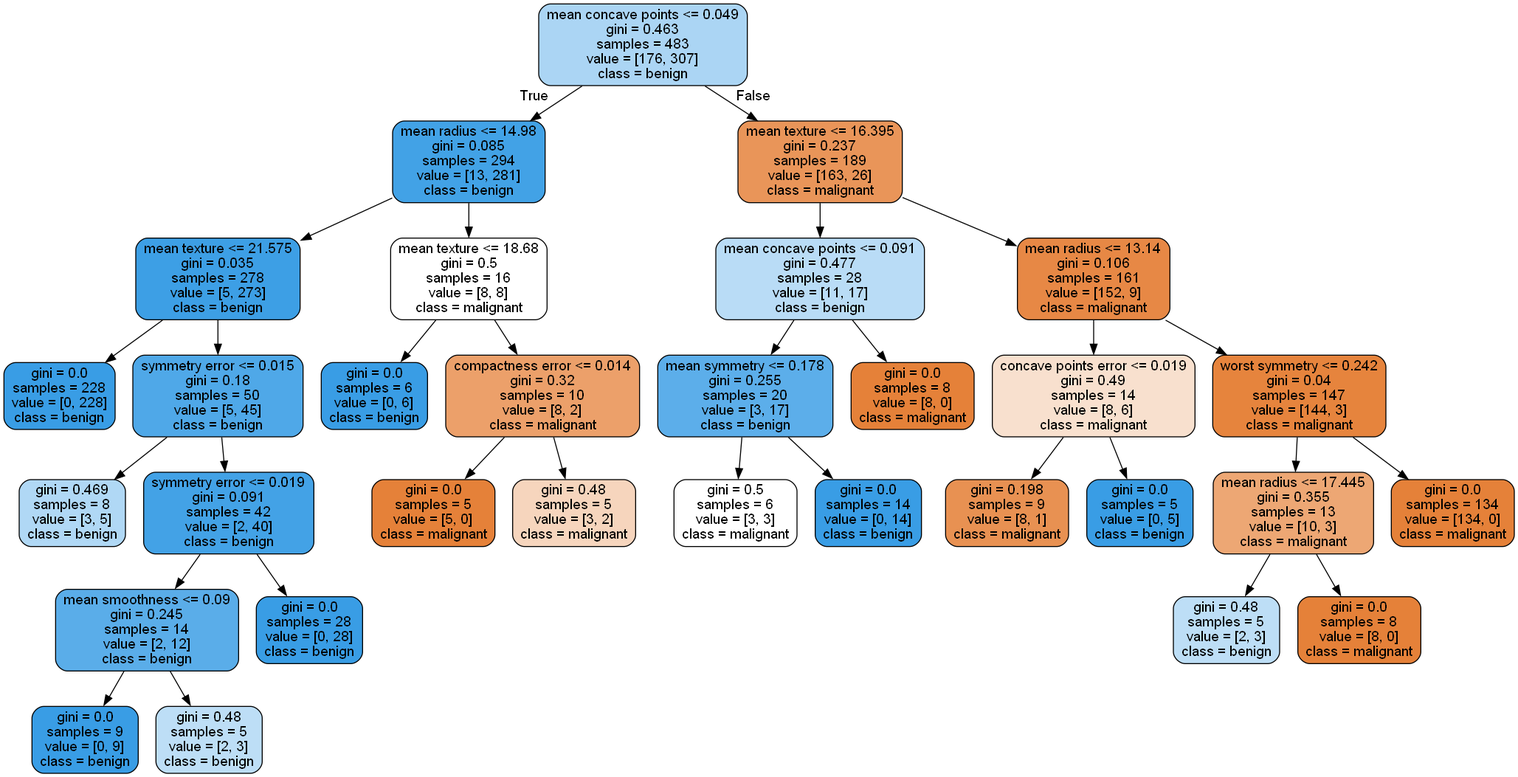
Before: tree_min_samples_leaf_5.png, a diagram exported from Graphviz (ellenxxxiao/images). Its source is kept beside it as tree_min_samples_leaf_5.dot.
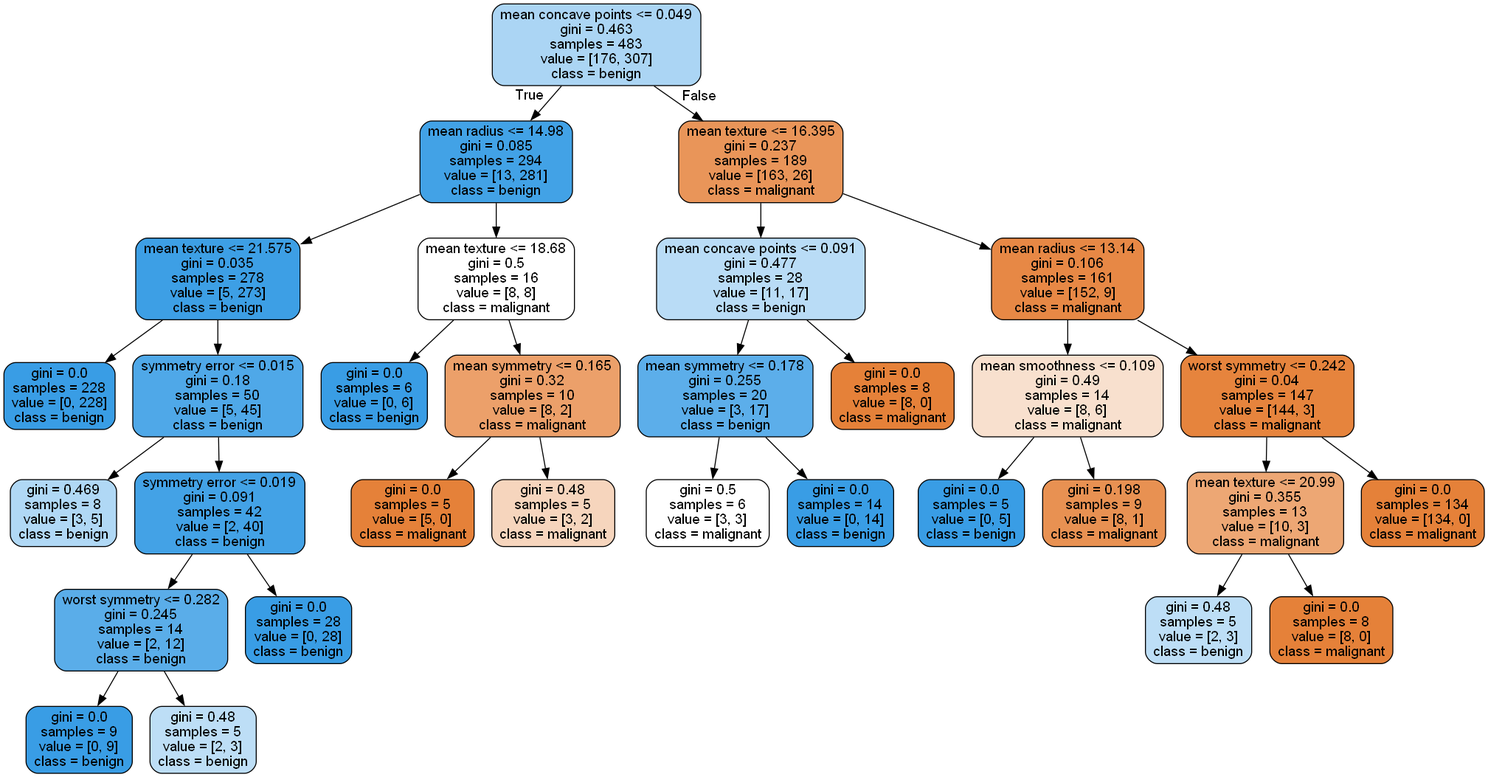
After the commit.

Diff of the diagram source:
```diff
@@ -14,7 +14,7 @@
 4 -> 5 ;
 6 [label="symmetry error <= 0.019\ngini = 0.091\nsamples = 42\nvalue = [2, 40]\nclass = benign", fillcolor="#43a2e6"] ;
 4 -> 6 ;
-7 [label="mean smoothness <= 0.09\ngini = 0.245\nsamples = 14\nvalue = [2, 12]\nclass = benign", fillcolor="#5aade9"] ;
+7 [label="worst symmetry <= 0.282\ngini = 0.245\nsamples = 14\nvalue = [2, 12]\nclass = benign", fillcolor="#5aade9"] ;
 6 -> 7 ;
 8 [label="gini = 0.0\nsamples = 9\nvalue = [0, 9]\nclass = benign", fillcolor="#399de5"] ;
 7 -> 8 ;
@@ -26,7 +26,7 @@
 1 -> 11 ;
 12 [label="gini = 0.0\nsamples = 6\nvalue = [0, 6]\nclass = benign", fillcolor="#399de5"] ;
 11 -> 12 ;
-13 [label="compactness error <= 0.014\ngini = 0.32\nsamples = 10\nvalue = [8, 2]\nclass = malignant", fillcolor="#eca06a"] ;
+13 [label="mean symmetry <= 0.165\ngini = 0.32\nsamples = 10\nvalue = [8, 2]\nclass = malignant", fillcolor="#eca06a"] ;
 11 -> 13 ;
 14 [label="gini = 0.0\nsamples = 5\nvalue = [5, 0]\nclass = malignant", fillcolor="#e58139"] ;
 13 -> 14 ;
@@ -46,15 +46,15 @@
 17 -> 21 ;
 22 [label="mean radius <= 13.14\ngini = 0.106\nsamples = 161\nvalue = [152, 9]\nclass = malignant", fillcolor="#e78845"] ;
 16 -> 22 ;
-23 [label="concave points error <= 0.019\ngini = 0.49\nsamples = 14\nvalue = [8, 6]\nclass = malignant", fillcolor="#f8e0ce"] ;
+23 [label="mean smoothness <= 0.109\ngini = 0.49\nsamples = 14\nvalue = [8, 6]\nclass = malignant", fillcolor="#f8e0ce"] ;
 22 -> 23 ;
-24 [label="gini = 0.198\nsamples = 9\nvalue = [8, 1]\nclass = malignant", fillcolor="#e89152"] ;
+24 [label="gini = 0.0\nsamples = 5\nvalue = [0, 5]\nclass = benign", fillcolor="#399de5"] ;
 23 -> 24 ;
-25 [label="gini = 0.0\nsamples = 5\nvalue = [0, 5]\nclass = benign", fillcolor="#399de5"] ;
+25 [label="gini = 0.198\nsamples = 9\nvalue = [8, 1]\nclass = malignant", fillcolor="#e89152"] ;
 23 -> 25 ;
 26 [label="worst symmetry <= 0.242\ngini = 0.04\nsamples = 147\nvalue = [144, 3]\nclass = malignant", fillcolor="#e6843d"] ;
 22 -> 26 ;
-27 [label="mean radius <= 17.445\ngini = 0.355\nsamples = 13\nvalue = [10, 3]\nclass = malignant", fillcolor="#eda774"] ;
+27 [label="mean texture <= 20.99\ngini = 0.355\nsamples = 13\nvalue = [10, 3]\nclass = malignant", fillcolor="#eda774"] ;
 26 -> 27 ;
 28 [label="gini = 0.48\nsamples = 5\nvalue = [2, 3]\nclass = benign", fillcolor="#bddef6"] ;
 27 -> 28 ;
```
